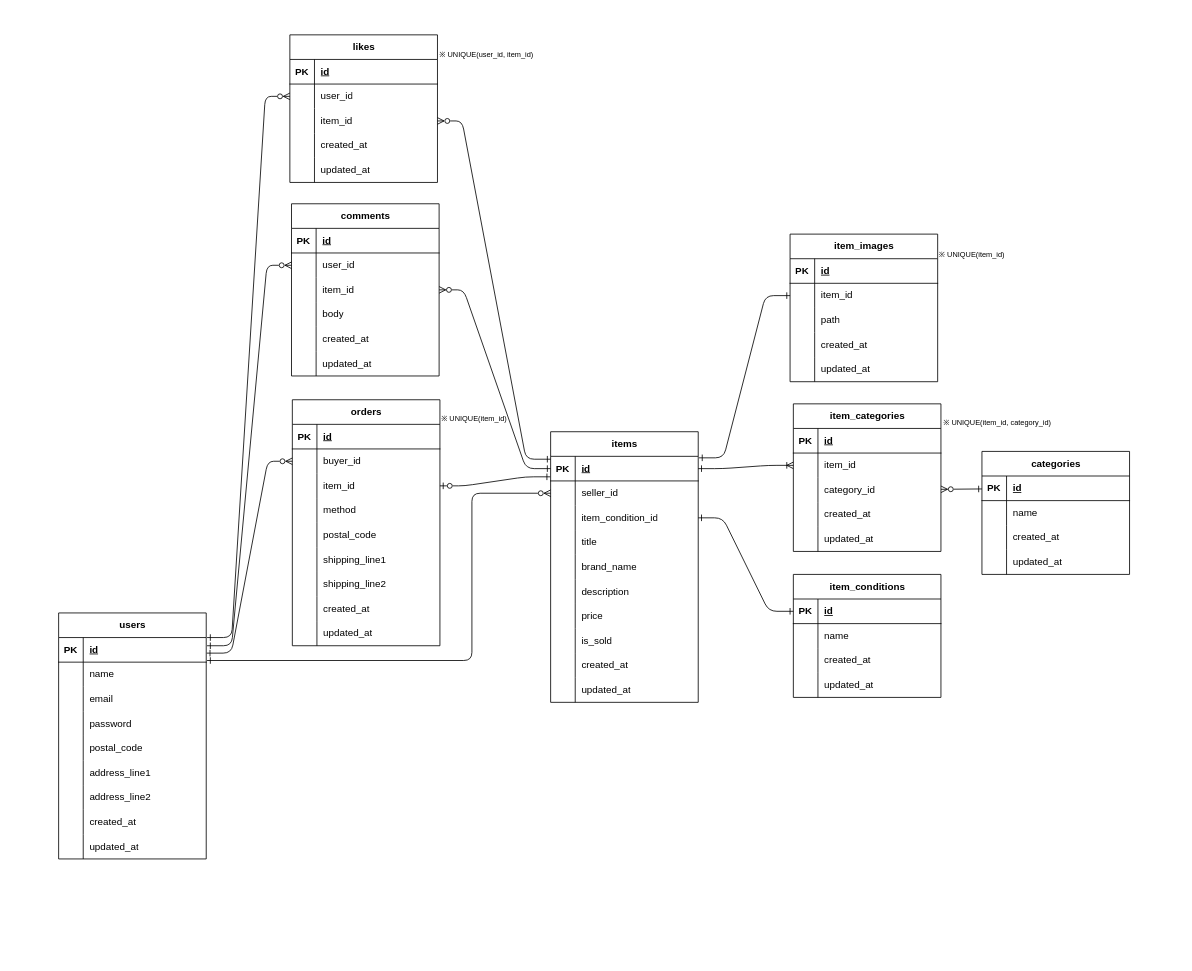
Earlier version of the draw.io diagram er.drawio (marikoinukai/mock1-flea-market). Source tidied: cells renumbered, new cells numbered last; positions are measured from the earlier drawing's top-left corner, leaving out a move shared by most shapes. Both pictures are drawn from the tidied source at 82%, with x=0, y=0 at pixel (14, -357).
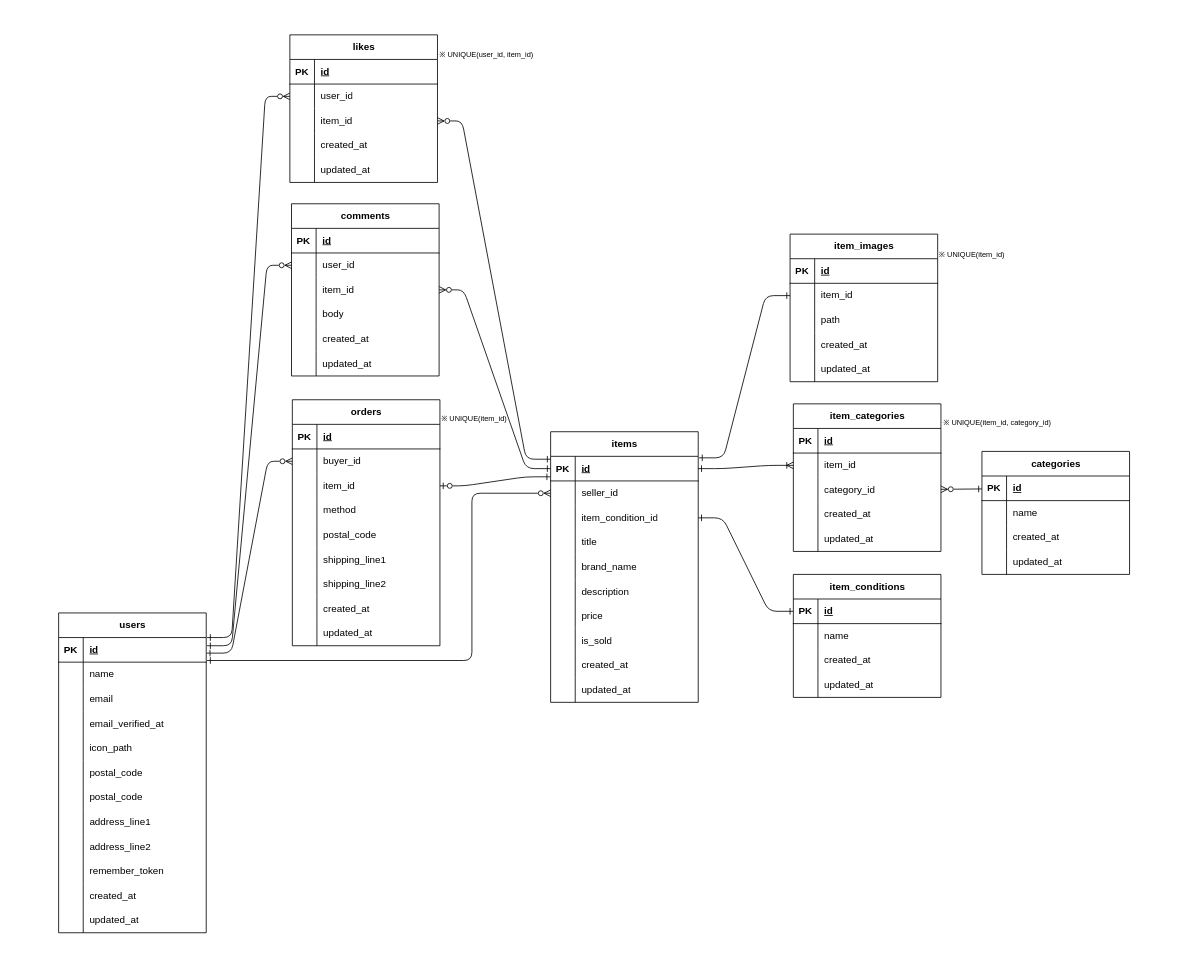
Above is the later version.

Unchanged cells that the change refers to:
```xml
<mxCell id="44" style="shape=tableRow;horizontal=0;startSize=0;swimlaneHead=0;swimlaneBody=0;fillColor=none;top=0;left=0;right=0;bottom=0;" parent="34" vertex="1">
  <mxGeometry y="120" width="180" height="30" as="geometry" />
</mxCell>
<mxCell id="47" style="shape=tableRow;horizontal=0;startSize=0;swimlaneHead=0;swimlaneBody=0;fillColor=none;top=0;left=0;right=0;bottom=0;" parent="34" vertex="1">
  <mxGeometry y="150" width="180" height="30" as="geometry" />
</mxCell>
<mxCell id="50" style="shape=tableRow;horizontal=0;startSize=0;swimlaneHead=0;swimlaneBody=0;fillColor=none;top=0;left=0;right=0;bottom=0;" parent="34" vertex="1">
  <mxGeometry y="180" width="180" height="30" as="geometry" />
</mxCell>
<mxCell id="53" style="shape=tableRow;horizontal=0;startSize=0;swimlaneHead=0;swimlaneBody=0;fillColor=none;top=0;left=0;right=0;bottom=0;" parent="34" vertex="1">
  <mxGeometry y="210" width="180" height="30" as="geometry" />
</mxCell>
<mxCell id="56" style="shape=tableRow;horizontal=0;startSize=0;swimlaneHead=0;swimlaneBody=0;fillColor=none;top=0;left=0;right=0;bottom=0;" parent="34" vertex="1">
  <mxGeometry y="240" width="180" height="30" as="geometry" />
</mxCell>
<mxCell id="59" style="shape=tableRow;horizontal=0;startSize=0;swimlaneHead=0;swimlaneBody=0;fillColor=none;top=0;left=0;right=0;bottom=0;" parent="34" vertex="1">
  <mxGeometry y="270" width="180" height="30" as="geometry" />
</mxCell>
```

The edit, as a diff of the source:
```diff
@@
     <mxCell id="2" style="rounded=0;whiteSpace=wrap;html=1;fillColor=none;strokeColor=none;" parent="1" vertex="1">
-      <mxGeometry y="452" width="1420" height="1060" as="geometry" />
+      <mxGeometry y="452" width="1420" height="1150" as="geometry" />
     </mxCell>
@@
     <mxCell id="34" value="users" style="shape=table;startSize=30;childLayout=tableLayout;rowLines=0;fontStyle=1;align=center;html=1;" parent="1" vertex="1">
-      <mxGeometry x="54" y="1182" width="180" height="300" as="geometry" />
+      <mxGeometry x="54" y="1182" width="180" height="390" as="geometry" />
     </mxCell>
@@
-    <mxCell id="46" value="password" style="shape=partialRectangle;fillColor=none;top=0;left=0;bottom=0;right=0;align=left;spacingLeft=6;overflow=hidden;whiteSpace=wrap;html=1;" parent="44" vertex="1">
+    <mxCell id="46" value="email_verified_at" style="shape=partialRectangle;fillColor=none;top=0;left=0;bottom=0;right=0;align=left;spacingLeft=6;overflow=hidden;whiteSpace=wrap;html=1;" parent="44" vertex="1">
       <mxGeometry x="30" width="150" height="30" as="geometry" />
     </mxCell>
@@
-    <mxCell id="49" value="postal_code" style="shape=partialRectangle;fillColor=none;top=0;left=0;bottom=0;right=0;align=left;spacingLeft=6;overflow=hidden;whiteSpace=wrap;html=1;" parent="47" vertex="1">
+    <mxCell id="49" value="icon_path" style="shape=partialRectangle;fillColor=none;top=0;left=0;bottom=0;right=0;align=left;spacingLeft=6;overflow=hidden;whiteSpace=wrap;html=1;" parent="47" vertex="1">
       <mxGeometry x="30" width="150" height="30" as="geometry" />
     </mxCell>
@@
-    <mxCell id="52" value="address_line1" style="shape=partialRectangle;fillColor=none;top=0;left=0;bottom=0;right=0;align=left;spacingLeft=6;overflow=hidden;whiteSpace=wrap;html=1;" parent="50" vertex="1">
+    <mxCell id="52" value="&lt;span style=&quot;color: rgb(0, 0, 0);&quot;&gt;postal_code&lt;/span&gt;" style="shape=partialRectangle;fillColor=none;top=0;left=0;bottom=0;right=0;align=left;spacingLeft=6;overflow=hidden;whiteSpace=wrap;html=1;" parent="50" vertex="1">
       <mxGeometry x="30" width="150" height="30" as="geometry" />
     </mxCell>
@@
-    <mxCell id="55" value="address_line2" style="shape=partialRectangle;fillColor=none;top=0;left=0;bottom=0;right=0;align=left;spacingLeft=6;overflow=hidden;whiteSpace=wrap;html=1;" parent="53" vertex="1">
+    <mxCell id="55" value="&lt;span style=&quot;color: rgb(0, 0, 0);&quot;&gt;postal_code&lt;/span&gt;" style="shape=partialRectangle;fillColor=none;top=0;left=0;bottom=0;right=0;align=left;spacingLeft=6;overflow=hidden;whiteSpace=wrap;html=1;" parent="53" vertex="1">
       <mxGeometry x="30" width="150" height="30" as="geometry" />
     </mxCell>
@@
-    <mxCell id="58" value="&lt;span style=&quot;color: rgb(0, 0, 0);&quot;&gt;created_at&lt;/span&gt;" style="shape=partialRectangle;fillColor=none;top=0;left=0;bottom=0;right=0;align=left;spacingLeft=6;overflow=hidden;whiteSpace=wrap;html=1;" parent="56" vertex="1">
+    <mxCell id="58" value="&lt;span style=&quot;color: rgb(0, 0, 0);&quot;&gt;address_line1&lt;/span&gt;" style="shape=partialRectangle;fillColor=none;top=0;left=0;bottom=0;right=0;align=left;spacingLeft=6;overflow=hidden;whiteSpace=wrap;html=1;" parent="56" vertex="1">
       <mxGeometry x="30" width="150" height="30" as="geometry" />
     </mxCell>
@@
-    <mxCell id="61" value="updated_at" style="shape=partialRectangle;fillColor=none;top=0;left=0;bottom=0;right=0;align=left;spacingLeft=6;overflow=hidden;whiteSpace=wrap;html=1;" parent="59" vertex="1">
+    <mxCell id="61" value="&lt;span style=&quot;color: rgb(0, 0, 0);&quot;&gt;address_line2&lt;/span&gt;" style="shape=partialRectangle;fillColor=none;top=0;left=0;bottom=0;right=0;align=left;spacingLeft=6;overflow=hidden;whiteSpace=wrap;html=1;" parent="59" vertex="1">
       <mxGeometry x="30" width="150" height="30" as="geometry" />
     </mxCell>
+    <mxCell id="198" style="shape=tableRow;horizontal=0;startSize=0;swimlaneHead=0;swimlaneBody=0;fillColor=none;top=0;left=0;right=0;bottom=0;" parent="34" vertex="1">
+      <mxGeometry y="300" width="180" height="30" as="geometry" />
+    </mxCell>
+    <mxCell id="199" style="shape=partialRectangle;fillColor=none;top=0;left=0;bottom=0;right=0;overflow=hidden;whiteSpace=wrap;html=1;" parent="198" vertex="1">
+      <mxGeometry width="30" height="30" as="geometry" />
+    </mxCell>
+    <mxCell id="200" value="&lt;span style=&quot;color: rgb(0, 0, 0);&quot;&gt;remember_token&lt;/span&gt;" style="shape=partialRectangle;fillColor=none;top=0;left=0;bottom=0;right=0;align=left;spacingLeft=6;overflow=hidden;whiteSpace=wrap;html=1;" parent="198" vertex="1">
+      <mxGeometry x="30" width="150" height="30" as="geometry" />
+    </mxCell>
+    <mxCell id="201" style="shape=tableRow;horizontal=0;startSize=0;swimlaneHead=0;swimlaneBody=0;fillColor=none;top=0;left=0;right=0;bottom=0;" parent="34" vertex="1">
+      <mxGeometry y="330" width="180" height="30" as="geometry" />
+    </mxCell>
+    <mxCell id="202" style="shape=partialRectangle;fillColor=none;top=0;left=0;bottom=0;right=0;overflow=hidden;whiteSpace=wrap;html=1;" parent="201" vertex="1">
+      <mxGeometry width="30" height="30" as="geometry" />
+    </mxCell>
+    <mxCell id="203" value="&lt;span style=&quot;color: rgb(0, 0, 0);&quot;&gt;created_at&lt;/span&gt;" style="shape=partialRectangle;fillColor=none;top=0;left=0;bottom=0;right=0;align=left;spacingLeft=6;overflow=hidden;whiteSpace=wrap;html=1;" parent="201" vertex="1">
+      <mxGeometry x="30" width="150" height="30" as="geometry" />
+    </mxCell>
+    <mxCell id="204" style="shape=tableRow;horizontal=0;startSize=0;swimlaneHead=0;swimlaneBody=0;fillColor=none;top=0;left=0;right=0;bottom=0;" parent="34" vertex="1">
+      <mxGeometry y="360" width="180" height="30" as="geometry" />
+    </mxCell>
+    <mxCell id="205" style="shape=partialRectangle;fillColor=none;top=0;left=0;bottom=0;right=0;overflow=hidden;whiteSpace=wrap;html=1;" parent="204" vertex="1">
+      <mxGeometry width="30" height="30" as="geometry" />
+    </mxCell>
+    <mxCell id="206" value="updated_at" style="shape=partialRectangle;fillColor=none;top=0;left=0;bottom=0;right=0;align=left;spacingLeft=6;overflow=hidden;whiteSpace=wrap;html=1;" parent="204" vertex="1">
+      <mxGeometry x="30" width="150" height="30" as="geometry" />
+    </mxCell>
```
